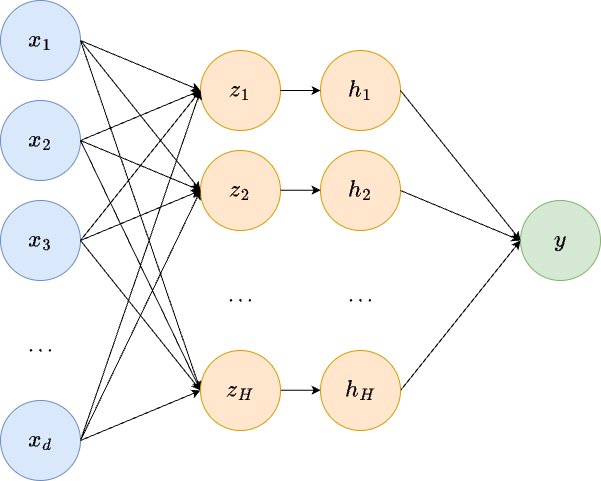
This is _images/MLP.png from devangelista2/computational-imaging, a draw.io export, as it was before one commit. Source tidied: cells renumbered, new cells last; positions are measured from the earlier drawing's top-left corner, leaving out a move shared by most shapes. Its diagram source:
```xml
<mxGraphModel math="1">
  <root>
    <mxCell id="0" />
    <mxCell id="1" parent="0" />
    <mxCell id="2" value="&lt;font style=&quot;font-size: 20px;&quot;&gt;$$ x_1 $$&lt;/font&gt;" style="ellipse;whiteSpace=wrap;html=1;fillColor=#dae8fc;strokeColor=#6c8ebf;" parent="1" vertex="1">
      <mxGeometry width="80" height="80" as="geometry" />
    </mxCell>
    <mxCell id="3" value="&lt;span style=&quot;font-size: 20px;&quot;&gt;$$ x_2 $$&lt;/span&gt;" style="ellipse;whiteSpace=wrap;html=1;fillColor=#dae8fc;strokeColor=#6c8ebf;" parent="1" vertex="1">
      <mxGeometry y="100" width="80" height="80" as="geometry" />
    </mxCell>
    <mxCell id="4" value="&lt;span style=&quot;font-size: 20px;&quot;&gt;$$ x_3 $$&lt;/span&gt;" style="ellipse;whiteSpace=wrap;html=1;fillColor=#dae8fc;strokeColor=#6c8ebf;" parent="1" vertex="1">
      <mxGeometry y="200" width="80" height="80" as="geometry" />
    </mxCell>
    <mxCell id="5" value="&lt;font style=&quot;font-size: 18px;&quot;&gt;$$ \dots $$&lt;/font&gt;" style="text;html=1;align=center;verticalAlign=middle;whiteSpace=wrap;rounded=0;" parent="1" vertex="1">
      <mxGeometry x="10" y="330" width="60" height="30" as="geometry" />
    </mxCell>
    <mxCell id="6" value="&lt;span style=&quot;font-size: 20px;&quot;&gt;$$ x_d $$&lt;/span&gt;" style="ellipse;whiteSpace=wrap;html=1;fillColor=#dae8fc;strokeColor=#6c8ebf;" parent="1" vertex="1">
      <mxGeometry y="400" width="80" height="80" as="geometry" />
    </mxCell>
    <mxCell id="7" value="&lt;font style=&quot;font-size: 20px;&quot;&gt;$$ z_1 $$&lt;/font&gt;" style="ellipse;whiteSpace=wrap;html=1;fillColor=#ffe6cc;strokeColor=#d79b00;" parent="1" vertex="1">
      <mxGeometry x="200" y="50" width="80" height="80" as="geometry" />
    </mxCell>
    <mxCell id="8" value="&lt;span style=&quot;font-size: 20px;&quot;&gt;$$ z_2 $$&lt;/span&gt;" style="ellipse;whiteSpace=wrap;html=1;fillColor=#ffe6cc;strokeColor=#d79b00;" parent="1" vertex="1">
      <mxGeometry x="200" y="150" width="80" height="80" as="geometry" />
    </mxCell>
    <mxCell id="9" value="&lt;span style=&quot;font-size: 20px;&quot;&gt;$$ y $$&lt;/span&gt;" style="ellipse;whiteSpace=wrap;html=1;fillColor=#d5e8d4;strokeColor=#82b366;" parent="1" vertex="1">
      <mxGeometry x="520" y="200" width="80" height="80" as="geometry" />
    </mxCell>
    <mxCell id="10" value="&lt;font style=&quot;font-size: 20px;&quot;&gt;$$ h_1 $$&lt;/font&gt;" style="ellipse;whiteSpace=wrap;html=1;fillColor=#ffe6cc;strokeColor=#d79b00;" parent="1" vertex="1">
      <mxGeometry x="320" y="50" width="80" height="80" as="geometry" />
    </mxCell>
    <mxCell id="11" value="&lt;span style=&quot;font-size: 20px;&quot;&gt;$$ h_2 $$&lt;/span&gt;" style="ellipse;whiteSpace=wrap;html=1;fillColor=#ffe6cc;strokeColor=#d79b00;" parent="1" vertex="1">
      <mxGeometry x="320" y="150" width="80" height="80" as="geometry" />
    </mxCell>
    <mxCell id="12" style="endArrow=classic;html=1;rounded=0;exitX=1;exitY=0.5;exitDx=0;exitDy=0;entryX=0;entryY=0.5;entryDx=0;entryDy=0;" parent="1" edge="1" source="2" target="7">
      <mxGeometry relative="1" as="geometry" />
    </mxCell>
    <mxCell id="13" style="endArrow=classic;html=1;rounded=0;exitX=1;exitY=0.5;exitDx=0;exitDy=0;entryX=0;entryY=0.5;entryDx=0;entryDy=0;" parent="1" edge="1" source="2" target="8">
      <mxGeometry relative="1" as="geometry" />
    </mxCell>
    <mxCell id="14" style="endArrow=classic;html=1;rounded=0;exitX=1;exitY=0.5;exitDx=0;exitDy=0;entryX=0;entryY=0.5;entryDx=0;entryDy=0;" parent="1" edge="1" source="2" target="30">
      <mxGeometry relative="1" as="geometry" />
    </mxCell>
    <mxCell id="15" style="endArrow=classic;html=1;rounded=0;exitX=1;exitY=0.5;exitDx=0;exitDy=0;entryX=0;entryY=0.5;entryDx=0;entryDy=0;" parent="1" edge="1" source="3" target="7">
      <mxGeometry relative="1" as="geometry" />
    </mxCell>
    <mxCell id="16" style="endArrow=classic;html=1;rounded=0;exitX=1;exitY=0.5;exitDx=0;exitDy=0;entryX=0;entryY=0.5;entryDx=0;entryDy=0;" parent="1" edge="1" source="3" target="8">
      <mxGeometry relative="1" as="geometry" />
    </mxCell>
    <mxCell id="17" style="endArrow=classic;html=1;rounded=0;exitX=1;exitY=0.5;exitDx=0;exitDy=0;entryX=0;entryY=0.5;entryDx=0;entryDy=0;" parent="1" edge="1" source="3" target="30">
      <mxGeometry relative="1" as="geometry" />
    </mxCell>
    <mxCell id="18" style="endArrow=classic;html=1;rounded=0;exitX=1;exitY=0.5;exitDx=0;exitDy=0;entryX=0;entryY=0.5;entryDx=0;entryDy=0;" parent="1" edge="1" source="4" target="7">
      <mxGeometry relative="1" as="geometry" />
    </mxCell>
    <mxCell id="19" style="endArrow=classic;html=1;rounded=0;exitX=1;exitY=0.5;exitDx=0;exitDy=0;entryX=0;entryY=0.5;entryDx=0;entryDy=0;" parent="1" edge="1" source="4" target="8">
      <mxGeometry relative="1" as="geometry" />
    </mxCell>
    <mxCell id="20" style="endArrow=classic;html=1;rounded=0;exitX=1;exitY=0.5;exitDx=0;exitDy=0;entryX=0;entryY=0.5;entryDx=0;entryDy=0;" parent="1" edge="1" source="4" target="30">
      <mxGeometry relative="1" as="geometry" />
    </mxCell>
    <mxCell id="21" style="endArrow=classic;html=1;rounded=0;exitX=1;exitY=0.5;exitDx=0;exitDy=0;entryX=0;entryY=0.5;entryDx=0;entryDy=0;" parent="1" edge="1" source="6" target="7">
      <mxGeometry relative="1" as="geometry" />
    </mxCell>
    <mxCell id="22" style="endArrow=classic;html=1;rounded=0;exitX=1;exitY=0.5;exitDx=0;exitDy=0;entryX=0;entryY=0.5;entryDx=0;entryDy=0;" parent="1" edge="1" source="6" target="8">
      <mxGeometry relative="1" as="geometry" />
    </mxCell>
    <mxCell id="23" style="endArrow=classic;html=1;rounded=0;exitX=1;exitY=0.5;exitDx=0;exitDy=0;entryX=0;entryY=0.5;entryDx=0;entryDy=0;" parent="1" edge="1" source="6" target="30">
      <mxGeometry relative="1" as="geometry" />
    </mxCell>
    <mxCell id="24" style="endArrow=classic;html=1;rounded=0;exitX=1;exitY=0.5;exitDx=0;exitDy=0;entryX=0;entryY=0.5;entryDx=0;entryDy=0;" parent="1" edge="1" source="7" target="10">
      <mxGeometry relative="1" as="geometry" />
    </mxCell>
    <mxCell id="25" style="endArrow=classic;html=1;rounded=0;exitX=1;exitY=0.5;exitDx=0;exitDy=0;entryX=0;entryY=0.5;entryDx=0;entryDy=0;" parent="1" edge="1">
      <mxGeometry relative="1" as="geometry">
        <mxPoint x="280" y="189.7" as="sourcePoint" />
        <mxPoint x="320" y="189.7" as="targetPoint" />
      </mxGeometry>
    </mxCell>
    <mxCell id="26" style="endArrow=classic;html=1;rounded=0;exitX=1;exitY=0.5;exitDx=0;exitDy=0;entryX=0;entryY=0.5;entryDx=0;entryDy=0;" parent="1" edge="1">
      <mxGeometry relative="1" as="geometry">
        <mxPoint x="280" y="389.7" as="sourcePoint" />
        <mxPoint x="320" y="389.7" as="targetPoint" />
      </mxGeometry>
    </mxCell>
    <mxCell id="27" style="endArrow=classic;html=1;rounded=0;exitX=1;exitY=0.5;exitDx=0;exitDy=0;entryX=0;entryY=0.5;entryDx=0;entryDy=0;" parent="1" edge="1" source="10" target="9">
      <mxGeometry relative="1" as="geometry" />
    </mxCell>
    <mxCell id="28" style="endArrow=classic;html=1;rounded=0;exitX=1;exitY=0.5;exitDx=0;exitDy=0;entryX=0;entryY=0.5;entryDx=0;entryDy=0;" parent="1" edge="1" source="11" target="9">
      <mxGeometry relative="1" as="geometry" />
    </mxCell>
    <mxCell id="29" style="endArrow=classic;html=1;rounded=0;exitX=1;exitY=0.5;exitDx=0;exitDy=0;entryX=0;entryY=0.5;entryDx=0;entryDy=0;" parent="1" edge="1" source="31" target="9">
      <mxGeometry relative="1" as="geometry" />
    </mxCell>
    <mxCell id="30" value="&lt;span style=&quot;font-size: 20px;&quot;&gt;$$ z_H $$&lt;/span&gt;" style="ellipse;whiteSpace=wrap;html=1;fillColor=#ffe6cc;strokeColor=#d79b00;" parent="1" vertex="1">
      <mxGeometry x="200" y="350" width="80" height="80" as="geometry" />
    </mxCell>
    <mxCell id="31" value="&lt;span style=&quot;font-size: 20px;&quot;&gt;$$ h_H $$&lt;/span&gt;" style="ellipse;whiteSpace=wrap;html=1;fillColor=#ffe6cc;strokeColor=#d79b00;" parent="1" vertex="1">
      <mxGeometry x="320" y="350" width="80" height="80" as="geometry" />
    </mxCell>
    <mxCell id="32" value="&lt;font style=&quot;font-size: 18px;&quot;&gt;$$ \dots $$&lt;/font&gt;" style="text;html=1;align=center;verticalAlign=middle;whiteSpace=wrap;rounded=0;" parent="1" vertex="1">
      <mxGeometry x="210" y="280" width="60" height="30" as="geometry" />
    </mxCell>
    <mxCell id="33" value="&lt;font style=&quot;font-size: 18px;&quot;&gt;$$ \dots $$&lt;/font&gt;" style="text;html=1;align=center;verticalAlign=middle;whiteSpace=wrap;rounded=0;" parent="1" vertex="1">
      <mxGeometry x="330" y="280" width="60" height="30" as="geometry" />
    </mxCell>
  </root>
</mxGraphModel>
```
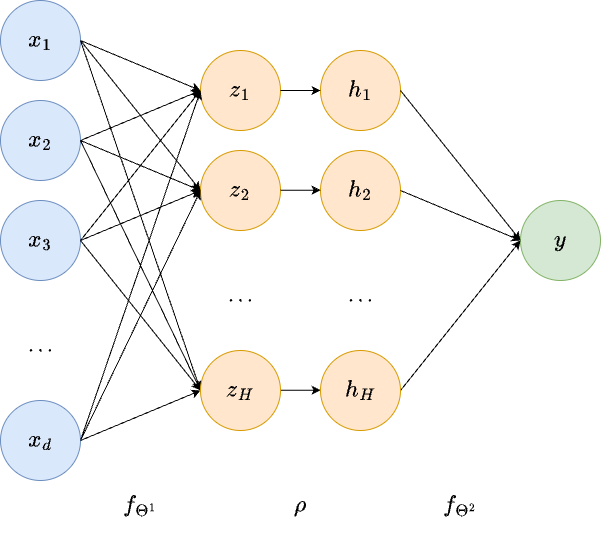
The same file after the commit.

Diff of the diagram source:
```diff
@@ -104,5 +104,14 @@
     <mxCell id="33" value="&lt;font style=&quot;font-size: 18px;&quot;&gt;$$ \dots $$&lt;/font&gt;" style="text;html=1;align=center;verticalAlign=middle;whiteSpace=wrap;rounded=0;" parent="1" vertex="1">
       <mxGeometry x="330" y="280" width="60" height="30" as="geometry" />
     </mxCell>
+    <mxCell id="34" value="&lt;font style=&quot;font-size: 20px;&quot;&gt;$$ f_{\Theta^1} $$&lt;/font&gt;" style="text;html=1;align=center;verticalAlign=middle;whiteSpace=wrap;rounded=0;" parent="1" vertex="1">
+      <mxGeometry x="110" y="490" width="60" height="30" as="geometry" />
+    </mxCell>
+    <mxCell id="35" value="&lt;font style=&quot;font-size: 20px;&quot;&gt;$$ \rho $$&lt;/font&gt;" style="text;html=1;align=center;verticalAlign=middle;whiteSpace=wrap;rounded=0;" parent="1" vertex="1">
+      <mxGeometry x="270" y="490" width="60" height="30" as="geometry" />
+    </mxCell>
+    <mxCell id="36" value="&lt;font style=&quot;font-size: 20px;&quot;&gt;$$ f_{\Theta^2} $$&lt;/font&gt;" style="text;html=1;align=center;verticalAlign=middle;whiteSpace=wrap;rounded=0;" parent="1" vertex="1">
+      <mxGeometry x="430" y="490" width="60" height="30" as="geometry" />
+    </mxCell>
   </root>
 </mxGraphModel>
```
